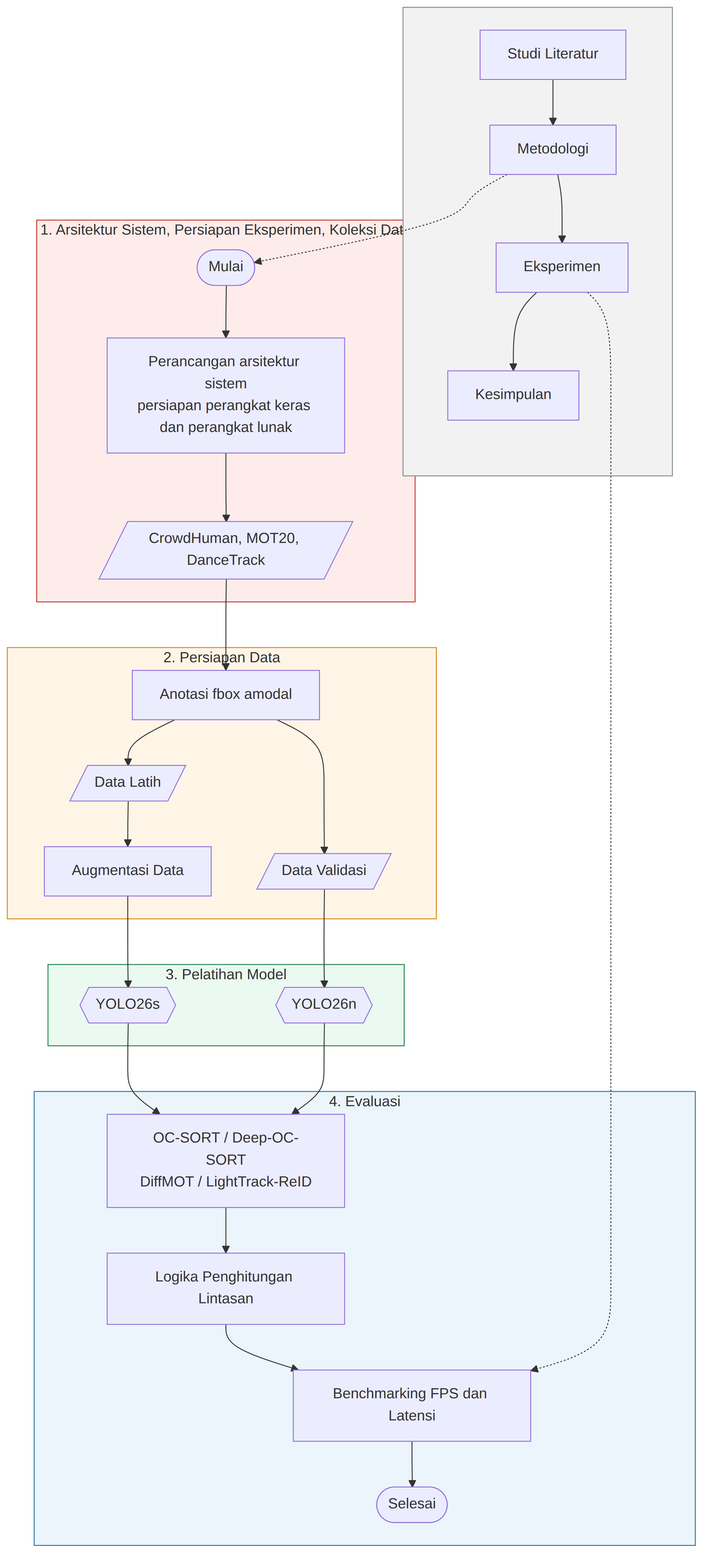
The Mermaid diagram docs/hki/diagram-tahapan-penelitian.png in feb027/hibah-riset, before a commit. Its source is kept beside it as docs/hki/diagram-tahapan-penelitian.mmd.
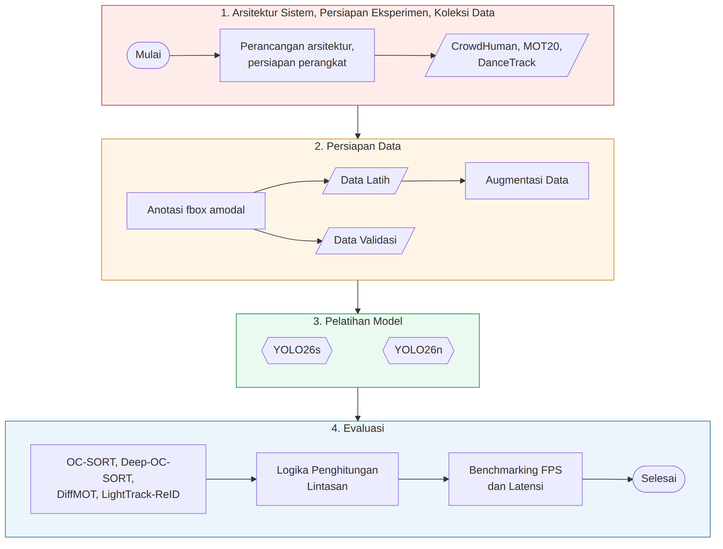
Later version of the same file.

Commit message:
docs(hki): diagram landscape + gambar metode tracking dari paper referensi

Diff of the diagram source:
```diff
@@ -1,46 +1,25 @@
 flowchart TB
-    subgraph FASE[" "]
-        direction TB
-        L1["Studi Literatur"] --> L2["Metodologi"]
-        L2 --> L3["Eksperimen"]
-        L3 --> L4["Kesimpulan"]
+    subgraph S1["1. Arsitektur Sistem, Persiapan Eksperimen, Koleksi Data"]
+        direction LR
+        A0(["Mulai"]) --> A1["Perancangan arsitektur,<br/>persiapan perangkat"] --> A2[/"CrowdHuman, MOT20,<br/>DanceTrack"/]
     end
-
-    subgraph S1["1. Arsitektur Sistem, Persiapan Eksperimen, Koleksi Data"]
-        direction TB
-        A0(["Mulai"]) --> A1["Perancangan arsitektur sistem<br/>persiapan perangkat keras dan perangkat lunak"]
-        A1 --> A2[/"CrowdHuman, MOT20, DanceTrack"/]
+    subgraph S2["2. Persiapan Data"]
+        direction LR
+        B1["Anotasi fbox amodal"] --> B2[/"Data Latih"/] --> B4["Augmentasi Data"]
+        B1 --> B3[/"Data Validasi"/]
     end
-
-    subgraph S2["2. Persiapan Data"]
-        direction TB
-        B1["Anotasi fbox amodal"] --> B2[/"Data Latih"/]
-        B1 --> B3[/"Data Validasi"/]
-        B2 --> B4["Augmentasi Data"]
-    end
-
     subgraph S3["3. Pelatihan Model"]
-        direction TB
+        direction LR
         C1{{"YOLO26s"}}
+        C1 ~~~ C2
         C2{{"YOLO26n"}}
     end
+    subgraph S4["4. Evaluasi"]
+        direction LR
+        D1["OC-SORT, Deep-OC-SORT,<br/>DiffMOT, LightTrack-ReID"] --> D2["Logika Penghitungan<br/>Lintasan"] --> D3["Benchmarking FPS<br/>dan Latensi"] --> D4(["Selesai"])
+    end
+    S1 --> S2 --> S3 --> S4
 
-    subgraph S4["4. Evaluasi"]
-        direction TB
-        D1["OC-SORT / Deep-OC-SORT<br/>DiffMOT / LightTrack-ReID"] --> D2["Logika Penghitungan Lintasan"]
-        D2 --> D3["Benchmarking FPS dan Latensi"]
-        D3 --> D4(["Selesai"])
-    end
-
-    A2 --> B1
-    B4 --> C1
-    B3 --> C2
-    C1 --> D1
-    C2 --> D1
-    L2 -.-> A0
-    L3 -.-> D3
-
-    style FASE fill:#f2f2f2,stroke:#7f8c8d
     style S1 fill:#fdecea,stroke:#c0392b
     style S2 fill:#fef5e7,stroke:#d68910
     style S3 fill:#eafaf1,stroke:#1e8449
```
